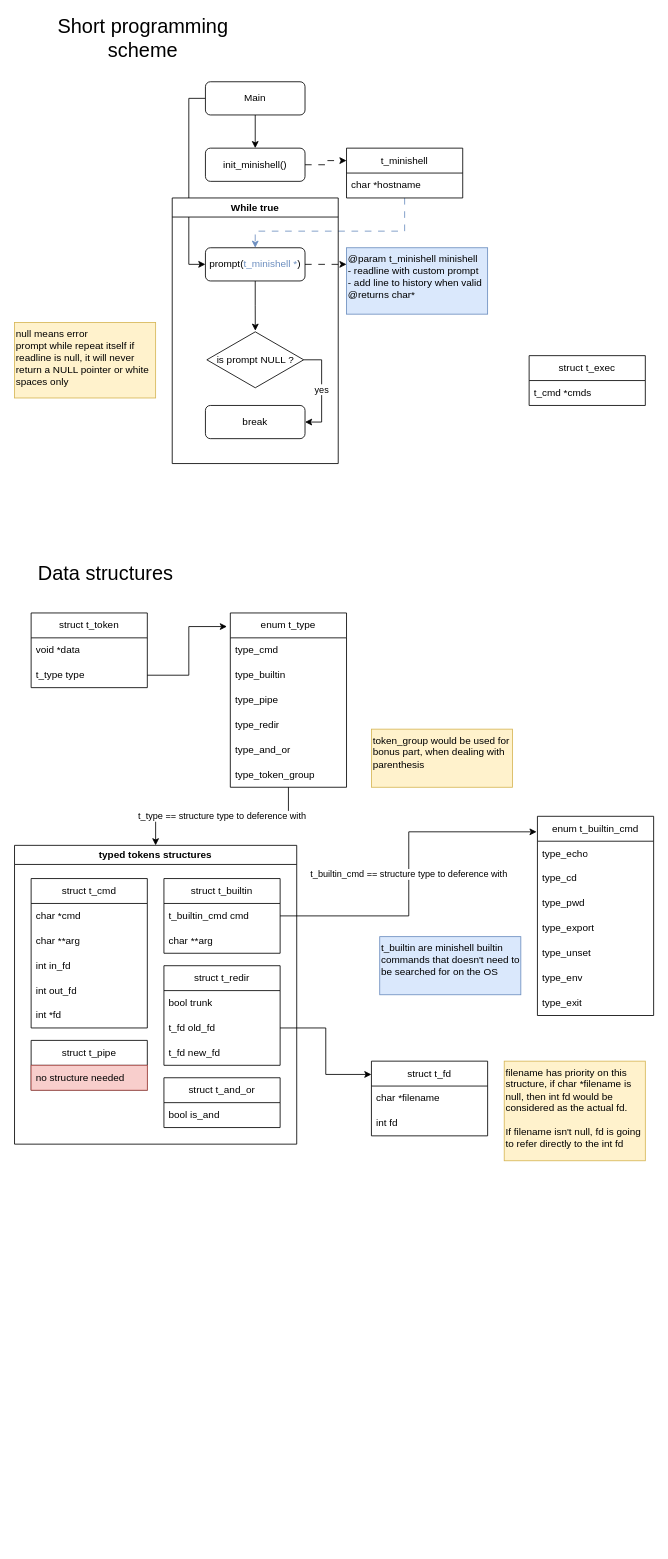
RPDJF/42-minishell keeps this draw.io diagram as docs/flow_scheme.drawio. Above is the earlier version. Source tidied: cells renumbered, new cells numbered last; positions are measured from the earlier drawing's top-left corner, leaving out a move shared by most shapes. Both pictures are drawn from the tidied source at 83%, with x=0, y=0 at pixel (14, 15).
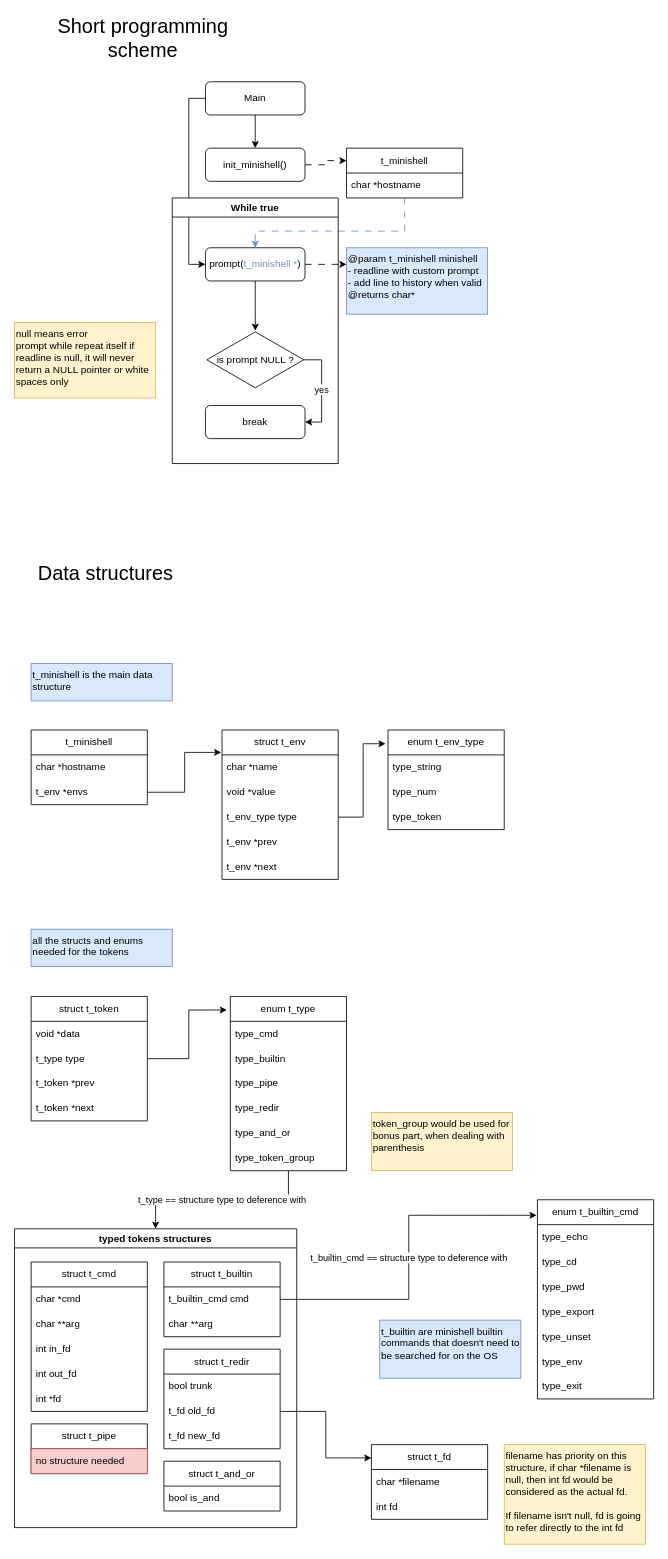
The same page after the edit.

What changed in the source:
```diff
@@
-    <mxCell id="19" value="struct t_exec" style="swimlane;fontStyle=0;horizontal=1;startSize=30;whiteSpace=wrap;html=1;" parent="1" vertex="1">
-      <mxGeometry x="620" y="410" width="140" height="60" as="geometry" />
-    </mxCell>
-    <mxCell id="20" value="t_cmd *cmds" style="text;strokeColor=none;fillColor=none;align=left;verticalAlign=middle;spacingLeft=4;spacingRight=4;overflow=hidden;whiteSpace=wrap;html=1;" parent="19" vertex="1">
-      <mxGeometry y="30" width="140" height="30" as="geometry" />
-    </mxCell>
     <mxCell id="21" value="struct t_token" style="swimlane;fontStyle=0;horizontal=1;startSize=30;whiteSpace=wrap;html=1;" parent="1" vertex="1">
-      <mxGeometry x="20" y="720" width="140" height="90" as="geometry" />
+      <mxGeometry x="20" y="1182" width="140" height="150" as="geometry" />
     </mxCell>
@@
+    <mxCell id="69" value="t_token *prev" style="text;strokeColor=none;fillColor=none;align=left;verticalAlign=middle;spacingLeft=4;spacingRight=4;overflow=hidden;whiteSpace=wrap;html=1;" parent="21" vertex="1">
+      <mxGeometry y="90" width="140" height="30" as="geometry" />
+    </mxCell>
+    <mxCell id="70" value="t_token *next" style="text;strokeColor=none;fillColor=none;align=left;verticalAlign=middle;spacingLeft=4;spacingRight=4;overflow=hidden;whiteSpace=wrap;html=1;" parent="21" vertex="1">
+      <mxGeometry y="120" width="140" height="30" as="geometry" />
+    </mxCell>
@@
     <mxCell id="25" value="enum t_type" style="swimlane;fontStyle=0;horizontal=1;startSize=30;whiteSpace=wrap;html=1;" parent="1" vertex="1">
-      <mxGeometry x="260" y="720" width="140" height="210" as="geometry" />
+      <mxGeometry x="260" y="1182" width="140" height="210" as="geometry" />
     </mxCell>
@@
     <mxCell id="33" value="typed tokens structures" style="swimlane;whiteSpace=wrap;html=1;" parent="1" vertex="1">
-      <mxGeometry y="1000" width="340" height="360" as="geometry" />
+      <mxGeometry y="1462" width="340" height="360" as="geometry" />
     </mxCell>
@@
     <mxCell id="51" value="enum t_builtin_cmd" style="swimlane;fontStyle=0;horizontal=1;startSize=30;whiteSpace=wrap;html=1;" parent="1" vertex="1">
-      <mxGeometry x="630" y="965" width="140" height="240" as="geometry" />
+      <mxGeometry x="630" y="1427" width="140" height="240" as="geometry" />
     </mxCell>
@@
     <mxCell id="60" value="struct t_fd" style="swimlane;fontStyle=0;horizontal=1;startSize=30;whiteSpace=wrap;html=1;" parent="1" vertex="1">
-      <mxGeometry x="430" y="1260" width="140" height="90" as="geometry" />
+      <mxGeometry x="430" y="1722" width="140" height="90" as="geometry" />
     </mxCell>
@@
     <mxCell id="63" value="filename has priority on this structure, if char *filename is null, then int fd would be considered as the actual fd.&lt;div&gt;&lt;br&gt;&lt;/div&gt;&lt;div&gt;If filename isn't null, fd is going to refer directly to the int fd&lt;/div&gt;" style="rounded=0;whiteSpace=wrap;html=1;fillColor=#fff2cc;strokeColor=#d6b656;verticalAlign=top;align=left;" parent="1" vertex="1">
-      <mxGeometry x="590" y="1260" width="170" height="120" as="geometry" />
+      <mxGeometry x="590" y="1722" width="170" height="120" as="geometry" />
     </mxCell>
@@
     <mxCell id="66" value="token_group would be used for bonus part, when dealing with parenthesis" style="rounded=0;whiteSpace=wrap;html=1;fillColor=#fff2cc;strokeColor=#d6b656;verticalAlign=top;align=left;" parent="1" vertex="1">
-      <mxGeometry x="430" y="860" width="170" height="70" as="geometry" />
+      <mxGeometry x="430" y="1322" width="170" height="70" as="geometry" />
     </mxCell>
     <mxCell id="67" value="t_builtin are minishell builtin commands that doesn't need to be searched for on the OS" style="rounded=0;whiteSpace=wrap;html=1;fillColor=#dae8fc;strokeColor=#6c8ebf;verticalAlign=top;align=left;" parent="1" vertex="1">
-      <mxGeometry x="440" y="1110" width="170" height="70" as="geometry" />
+      <mxGeometry x="440" y="1572" width="170" height="70" as="geometry" />
     </mxCell>
@@
+    <mxCell id="71" value="t_minishell" style="swimlane;fontStyle=0;horizontal=1;startSize=30;whiteSpace=wrap;html=1;" parent="1" vertex="1">
+      <mxGeometry x="20" y="861" width="140" height="90" as="geometry" />
+    </mxCell>
+    <mxCell id="72" value="char *hostname" style="text;strokeColor=none;fillColor=none;align=left;verticalAlign=middle;spacingLeft=4;spacingRight=4;overflow=hidden;whiteSpace=wrap;html=1;" parent="71" vertex="1">
+      <mxGeometry y="30" width="140" height="30" as="geometry" />
+    </mxCell>
+    <mxCell id="73" value="t_env *envs" style="text;strokeColor=none;fillColor=none;align=left;verticalAlign=middle;spacingLeft=4;spacingRight=4;overflow=hidden;points=[[0,0.5],[1,0.5]];portConstraint=eastwest;whiteSpace=wrap;html=1;" parent="71" vertex="1">
+      <mxGeometry y="60" width="140" height="30" as="geometry" />
+    </mxCell>
+    <mxCell id="74" value="t_minishell is the main data structure" style="rounded=0;whiteSpace=wrap;html=1;fillColor=#dae8fc;strokeColor=#6c8ebf;verticalAlign=top;align=left;" parent="1" vertex="1">
+      <mxGeometry x="20" y="781" width="170" height="45" as="geometry" />
+    </mxCell>
+    <mxCell id="75" value="struct t_env" style="swimlane;fontStyle=0;horizontal=1;startSize=30;whiteSpace=wrap;html=1;" parent="1" vertex="1">
+      <mxGeometry x="250" y="861" width="140" height="180" as="geometry" />
+    </mxCell>
+    <mxCell id="76" value="char *name" style="text;strokeColor=none;fillColor=none;align=left;verticalAlign=middle;spacingLeft=4;spacingRight=4;overflow=hidden;whiteSpace=wrap;html=1;" parent="75" vertex="1">
+      <mxGeometry y="30" width="140" height="30" as="geometry" />
+    </mxCell>
+    <mxCell id="77" value="void *value" style="text;strokeColor=none;fillColor=none;align=left;verticalAlign=middle;spacingLeft=4;spacingRight=4;overflow=hidden;whiteSpace=wrap;html=1;" parent="75" vertex="1">
+      <mxGeometry y="60" width="140" height="30" as="geometry" />
+    </mxCell>
+    <mxCell id="78" value="t_env_type type" style="text;strokeColor=none;fillColor=none;align=left;verticalAlign=middle;spacingLeft=4;spacingRight=4;overflow=hidden;points=[[0,0.5],[1,0.5]];portConstraint=eastwest;whiteSpace=wrap;html=1;" parent="75" vertex="1">
+      <mxGeometry y="90" width="140" height="30" as="geometry" />
+    </mxCell>
+    <mxCell id="79" value="t_env *prev" style="text;strokeColor=none;fillColor=none;align=left;verticalAlign=middle;spacingLeft=4;spacingRight=4;overflow=hidden;whiteSpace=wrap;html=1;" parent="75" vertex="1">
+      <mxGeometry y="120" width="140" height="30" as="geometry" />
+    </mxCell>
+    <mxCell id="80" value="t_env *next" style="text;strokeColor=none;fillColor=none;align=left;verticalAlign=middle;spacingLeft=4;spacingRight=4;overflow=hidden;whiteSpace=wrap;html=1;" parent="75" vertex="1">
+      <mxGeometry y="150" width="140" height="30" as="geometry" />
+    </mxCell>
+    <mxCell id="81" value="enum t_env_type" style="swimlane;fontStyle=0;horizontal=1;startSize=30;whiteSpace=wrap;html=1;" parent="1" vertex="1">
+      <mxGeometry x="450" y="861" width="140" height="120" as="geometry" />
+    </mxCell>
+    <mxCell id="82" value="type_string" style="text;strokeColor=none;fillColor=none;align=left;verticalAlign=middle;spacingLeft=4;spacingRight=4;overflow=hidden;whiteSpace=wrap;html=1;" parent="81" vertex="1">
+      <mxGeometry y="30" width="140" height="30" as="geometry" />
+    </mxCell>
+    <mxCell id="83" value="type_num" style="text;strokeColor=none;fillColor=none;align=left;verticalAlign=middle;spacingLeft=4;spacingRight=4;overflow=hidden;whiteSpace=wrap;html=1;" parent="81" vertex="1">
+      <mxGeometry y="60" width="140" height="30" as="geometry" />
+    </mxCell>
+    <mxCell id="84" value="type_token" style="text;strokeColor=none;fillColor=none;align=left;verticalAlign=middle;spacingLeft=4;spacingRight=4;overflow=hidden;whiteSpace=wrap;html=1;" parent="81" vertex="1">
+      <mxGeometry y="90" width="140" height="30" as="geometry" />
+    </mxCell>
+    <mxCell id="85" style="edgeStyle=orthogonalEdgeStyle;rounded=0;jettySize=auto;html=1;entryX=-0.021;entryY=0.138;entryDx=0;entryDy=0;entryPerimeter=0;" parent="1" edge="1" source="78" target="81">
+      <mxGeometry relative="1" as="geometry" />
+    </mxCell>
+    <mxCell id="86" style="edgeStyle=orthogonalEdgeStyle;rounded=0;jettySize=auto;html=1;entryX=-0.007;entryY=0.15;entryDx=0;entryDy=0;entryPerimeter=0;" parent="1" edge="1" source="73" target="75">
+      <mxGeometry relative="1" as="geometry" />
+    </mxCell>
+    <mxCell id="87" value="all the structs and enums needed for the tokens" style="rounded=0;whiteSpace=wrap;html=1;fillColor=#dae8fc;strokeColor=#6c8ebf;verticalAlign=top;align=left;" parent="1" vertex="1">
+      <mxGeometry x="20" y="1101" width="170" height="45" as="geometry" />
+    </mxCell>
```
